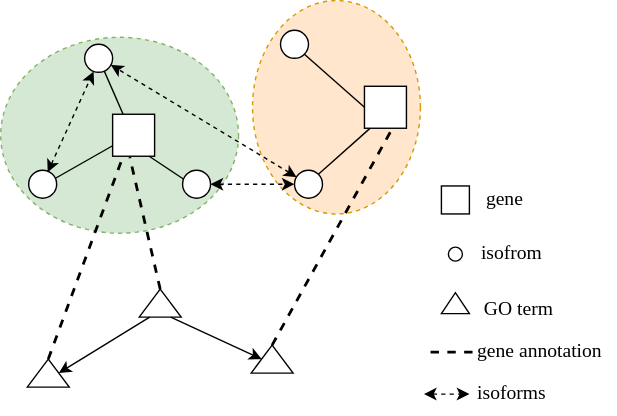
The draw.io diagram 未命名绘图.drawio.svg in gk3046/testgkkk, before a commit. Source tidied: cells renumbered, new cells last; positions are measured from the earlier drawing's top-left corner, leaving out a move shared by most shapes.
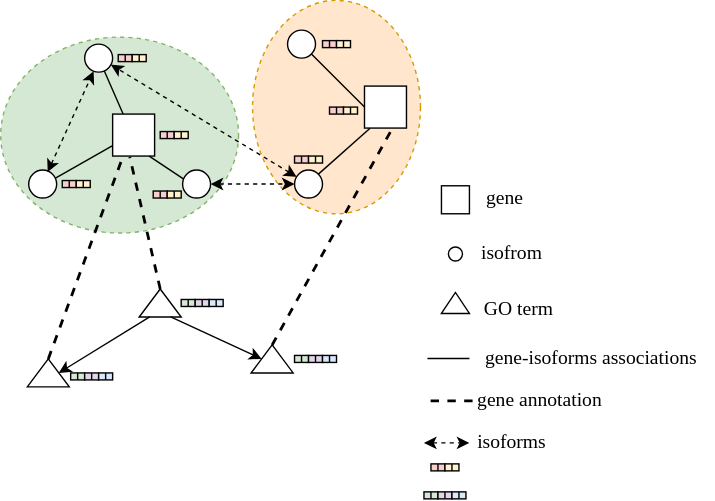
After the commit.

Commit message:
更新未命名绘图.drawio.svg

Change to the diagram source:
```diff
@@ -18,7 +18,7 @@
       <mxGeometry relative="1" as="geometry" />
     </mxCell>
     <mxCell id="7" style="ellipse;whiteSpace=wrap;html=1;" parent="1" vertex="1">
-      <mxGeometry x="200" y="21" width="20" height="20" as="geometry" />
+      <mxGeometry x="205" y="21" width="20" height="20" as="geometry" />
     </mxCell>
     <mxCell id="8" style="rounded=1;whiteSpace=wrap;html=1;arcSize=0;direction=west;" parent="1" vertex="1">
       <mxGeometry x="260" y="61" width="30" height="30" as="geometry" />
@@ -101,21 +101,114 @@
     </mxCell>
     <mxCell id="33" style="endArrow=none;dashed=1;html=1;strokeWidth=2;rounded=0;exitX=1;exitY=0.5;exitDx=0;exitDy=0;" parent="1" edge="1">
       <mxGeometry relative="1" as="geometry">
-        <mxPoint x="307.2" y="251" as="sourcePoint" />
-        <mxPoint x="342.8" y="251" as="targetPoint" />
+        <mxPoint x="307.2" y="286" as="sourcePoint" />
+        <mxPoint x="342.8" y="286" as="targetPoint" />
       </mxGeometry>
     </mxCell>
     <mxCell id="34" value="&lt;font style=&quot;font-size: 14px;&quot; face=&quot;Times New Roman&quot;&gt;gene annotation&lt;/font&gt;" style="text;html=1;align=center;verticalAlign=middle;strokeColor=none;fillColor=none;" parent="1" vertex="1">
-      <mxGeometry x="330" y="236" width="110" height="30" as="geometry" />
+      <mxGeometry x="330" y="271" width="110" height="30" as="geometry" />
     </mxCell>
     <mxCell id="35" style="endArrow=classic;startArrow=classic;html=1;rounded=0;dashed=1;exitX=1;exitY=0.5;exitDx=0;exitDy=0;" parent="1" edge="1">
       <mxGeometry relative="1" as="geometry">
-        <mxPoint x="302.5" y="281" as="sourcePoint" />
-        <mxPoint x="335" y="281" as="targetPoint" />
+        <mxPoint x="302.5" y="316" as="sourcePoint" />
+        <mxPoint x="335" y="316" as="targetPoint" />
       </mxGeometry>
     </mxCell>
     <mxCell id="36" value="&lt;font face=&quot;Times New Roman&quot; style=&quot;font-size: 14px;&quot;&gt;isoforms&lt;/font&gt;" style="text;html=1;align=center;verticalAlign=middle;strokeColor=none;fillColor=none;" parent="1" vertex="1">
-      <mxGeometry x="330" y="266" width="70" height="30" as="geometry" />
+      <mxGeometry x="330" y="301" width="70" height="30" as="geometry" />
     </mxCell>
+    <mxCell id="37" style="endArrow=none;html=1;rounded=0;" parent="1" edge="1">
+      <mxGeometry relative="1" as="geometry">
+        <mxPoint x="305" y="255.7" as="sourcePoint" />
+        <mxPoint x="335" y="255.7" as="targetPoint" />
+      </mxGeometry>
+    </mxCell>
+    <mxCell id="38" value="&lt;font style=&quot;font-size: 14px;&quot; face=&quot;Times New Roman&quot;&gt;&amp;nbsp;gene-isoforms&amp;nbsp;associations&lt;br&gt;&lt;/font&gt;" style="text;html=1;align=center;verticalAlign=middle;strokeColor=none;fillColor=none;" parent="1" vertex="1">
+      <mxGeometry x="330" y="241" width="180" height="30" as="geometry" />
+    </mxCell>
+    <mxCell id="39" style="shape=process;whiteSpace=wrap;html=1;backgroundOutline=1;size=0.5;fillColor=#d5e8d4;strokeColor=#000000;" parent="1" vertex="1">
+      <mxGeometry x="302.5" y="351" width="10" height="5" as="geometry" />
+    </mxCell>
+    <mxCell id="40" style="shape=process;whiteSpace=wrap;html=1;backgroundOutline=1;size=0.5;fillColor=#e1d5e7;strokeColor=#000000;" parent="1" vertex="1">
+      <mxGeometry x="312.5" y="351" width="10" height="5" as="geometry" />
+    </mxCell>
+    <mxCell id="41" style="shape=process;whiteSpace=wrap;html=1;backgroundOutline=1;size=0.5;fillColor=#f8cecc;strokeColor=#000000;" parent="1" vertex="1">
+      <mxGeometry x="84" y="38.5" width="10" height="5" as="geometry" />
+    </mxCell>
+    <mxCell id="42" style="shape=process;whiteSpace=wrap;html=1;backgroundOutline=1;size=0.5;fillColor=#fff2cc;strokeColor=#000000;" parent="1" vertex="1">
+      <mxGeometry x="94" y="38.5" width="10" height="5" as="geometry" />
+    </mxCell>
+    <mxCell id="43" style="shape=process;whiteSpace=wrap;html=1;backgroundOutline=1;size=0.5;fillColor=#f8cecc;strokeColor=#000000;" parent="1" vertex="1">
+      <mxGeometry x="44" y="128.5" width="10" height="5" as="geometry" />
+    </mxCell>
+    <mxCell id="44" style="shape=process;whiteSpace=wrap;html=1;backgroundOutline=1;size=0.5;fillColor=#fff2cc;strokeColor=#000000;" parent="1" vertex="1">
+      <mxGeometry x="54" y="128.5" width="10" height="5" as="geometry" />
+    </mxCell>
+    <mxCell id="45" style="shape=process;whiteSpace=wrap;html=1;backgroundOutline=1;size=0.5;fillColor=#f8cecc;strokeColor=#000000;" parent="1" vertex="1">
+      <mxGeometry x="210" y="111" width="10" height="5" as="geometry" />
+    </mxCell>
+    <mxCell id="46" style="shape=process;whiteSpace=wrap;html=1;backgroundOutline=1;size=0.5;fillColor=#fff2cc;strokeColor=#000000;" parent="1" vertex="1">
+      <mxGeometry x="220" y="111" width="10" height="5" as="geometry" />
+    </mxCell>
+    <mxCell id="47" style="shape=process;whiteSpace=wrap;html=1;backgroundOutline=1;size=0.5;fillColor=#f8cecc;strokeColor=#000000;" parent="1" vertex="1">
+      <mxGeometry x="114" y="93.5" width="10" height="5" as="geometry" />
+    </mxCell>
+    <mxCell id="48" style="shape=process;whiteSpace=wrap;html=1;backgroundOutline=1;size=0.5;fillColor=#fff2cc;strokeColor=#000000;" parent="1" vertex="1">
+      <mxGeometry x="124" y="93.5" width="10" height="5" as="geometry" />
+    </mxCell>
+    <mxCell id="49" style="shape=process;whiteSpace=wrap;html=1;backgroundOutline=1;size=0.5;fillColor=#f8cecc;strokeColor=#000000;" parent="1" vertex="1">
+      <mxGeometry x="109" y="136" width="10" height="5" as="geometry" />
+    </mxCell>
+    <mxCell id="50" style="shape=process;whiteSpace=wrap;html=1;backgroundOutline=1;size=0.5;fillColor=#fff2cc;strokeColor=#000000;" parent="1" vertex="1">
+      <mxGeometry x="119" y="136" width="10" height="5" as="geometry" />
+    </mxCell>
+    <mxCell id="51" style="shape=process;whiteSpace=wrap;html=1;backgroundOutline=1;size=0.5;fillColor=#f8cecc;strokeColor=#000000;" parent="1" vertex="1">
+      <mxGeometry x="230" y="28.5" width="10" height="5" as="geometry" />
+    </mxCell>
+    <mxCell id="52" style="shape=process;whiteSpace=wrap;html=1;backgroundOutline=1;size=0.5;fillColor=#fff2cc;strokeColor=#000000;" parent="1" vertex="1">
+      <mxGeometry x="240" y="28.5" width="10" height="5" as="geometry" />
+    </mxCell>
+    <mxCell id="53" style="shape=process;whiteSpace=wrap;html=1;backgroundOutline=1;size=0.5;fillColor=#f8cecc;strokeColor=#000000;" parent="1" vertex="1">
+      <mxGeometry x="235" y="76" width="10" height="5" as="geometry" />
+    </mxCell>
+    <mxCell id="54" style="shape=process;whiteSpace=wrap;html=1;backgroundOutline=1;size=0.5;fillColor=#fff2cc;strokeColor=#000000;" parent="1" vertex="1">
+      <mxGeometry x="245" y="76" width="10" height="5" as="geometry" />
+    </mxCell>
+    <mxCell id="55" style="shape=process;whiteSpace=wrap;html=1;backgroundOutline=1;size=0.5;fillColor=#dae8fc;strokeColor=#000000;" parent="1" vertex="1">
+      <mxGeometry x="322.5" y="351" width="10" height="5" as="geometry" />
+    </mxCell>
+    <mxCell id="56" style="shape=process;whiteSpace=wrap;html=1;backgroundOutline=1;size=0.5;fillColor=#d5e8d4;strokeColor=#000000;" parent="1" vertex="1">
+      <mxGeometry x="129" y="213.5" width="10" height="5" as="geometry" />
+    </mxCell>
+    <mxCell id="57" style="shape=process;whiteSpace=wrap;html=1;backgroundOutline=1;size=0.5;fillColor=#e1d5e7;strokeColor=#000000;" parent="1" vertex="1">
+      <mxGeometry x="139" y="213.5" width="10" height="5" as="geometry" />
+    </mxCell>
+    <mxCell id="58" style="shape=process;whiteSpace=wrap;html=1;backgroundOutline=1;size=0.5;fillColor=#dae8fc;strokeColor=#000000;" parent="1" vertex="1">
+      <mxGeometry x="149" y="213.5" width="10" height="5" as="geometry" />
+    </mxCell>
+    <mxCell id="59" style="shape=process;whiteSpace=wrap;html=1;backgroundOutline=1;size=0.5;fillColor=#d5e8d4;strokeColor=#000000;" parent="1" vertex="1">
+      <mxGeometry x="210" y="253.5" width="10" height="5" as="geometry" />
+    </mxCell>
+    <mxCell id="60" style="shape=process;whiteSpace=wrap;html=1;backgroundOutline=1;size=0.5;fillColor=#e1d5e7;strokeColor=#000000;" parent="1" vertex="1">
+      <mxGeometry x="220" y="253.5" width="10" height="5" as="geometry" />
+    </mxCell>
+    <mxCell id="61" style="shape=process;whiteSpace=wrap;html=1;backgroundOutline=1;size=0.5;fillColor=#dae8fc;strokeColor=#000000;" parent="1" vertex="1">
+      <mxGeometry x="230" y="253.5" width="10" height="5" as="geometry" />
+    </mxCell>
+    <mxCell id="62" style="shape=process;whiteSpace=wrap;html=1;backgroundOutline=1;size=0.5;fillColor=#d5e8d4;strokeColor=#000000;" parent="1" vertex="1">
+      <mxGeometry x="50" y="266" width="10" height="5" as="geometry" />
+    </mxCell>
+    <mxCell id="63" style="shape=process;whiteSpace=wrap;html=1;backgroundOutline=1;size=0.5;fillColor=#e1d5e7;strokeColor=#000000;" parent="1" vertex="1">
+      <mxGeometry x="60" y="266" width="10" height="5" as="geometry" />
+    </mxCell>
+    <mxCell id="64" style="shape=process;whiteSpace=wrap;html=1;backgroundOutline=1;size=0.5;fillColor=#dae8fc;strokeColor=#000000;" parent="1" vertex="1">
+      <mxGeometry x="70" y="266" width="10" height="5" as="geometry" />
+    </mxCell>
+    <mxCell id="65" style="shape=process;whiteSpace=wrap;html=1;backgroundOutline=1;size=0.5;fillColor=#f8cecc;strokeColor=#000000;" parent="1" vertex="1">
+      <mxGeometry x="307.5" y="331" width="10" height="5" as="geometry" />
+    </mxCell>
+    <mxCell id="66" style="shape=process;whiteSpace=wrap;html=1;backgroundOutline=1;size=0.5;fillColor=#fff2cc;strokeColor=#000000;" parent="1" vertex="1">
+      <mxGeometry x="317.5" y="331" width="10" height="5" as="geometry" />
+    </mxCell>
   </root>
 </mxGraphModel>
```
